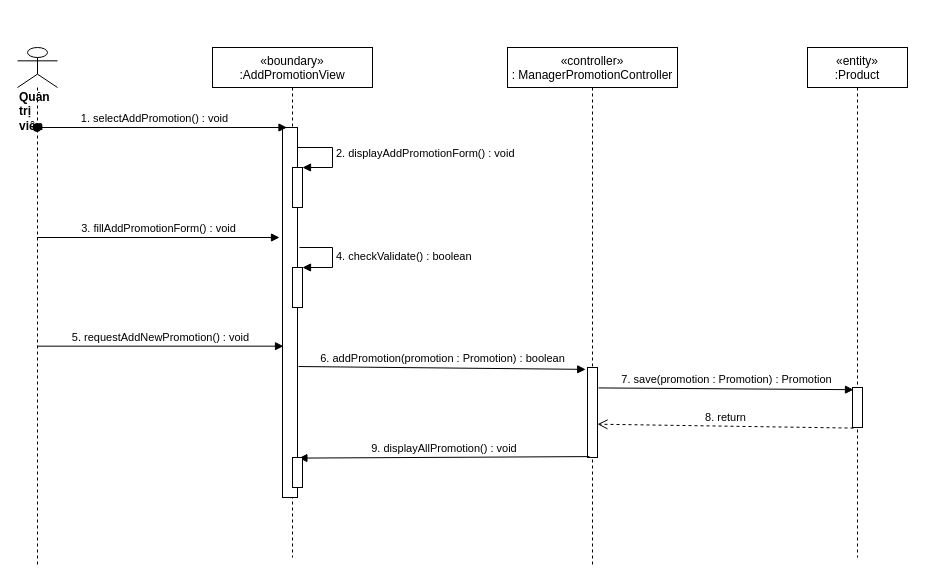
This is sequence diagram/add-newPromotion-sequence.drawio from nguyenphamvan/datn_20202, a draw.io file, before an edit. Source tidied: cells renumbered, new cells numbered last; positions are measured from the earlier drawing's top-left corner, leaving out a move shared by most shapes. Both pictures are drawn from the tidied source at 100%, with x=0, y=0 at pixel (17, 47).
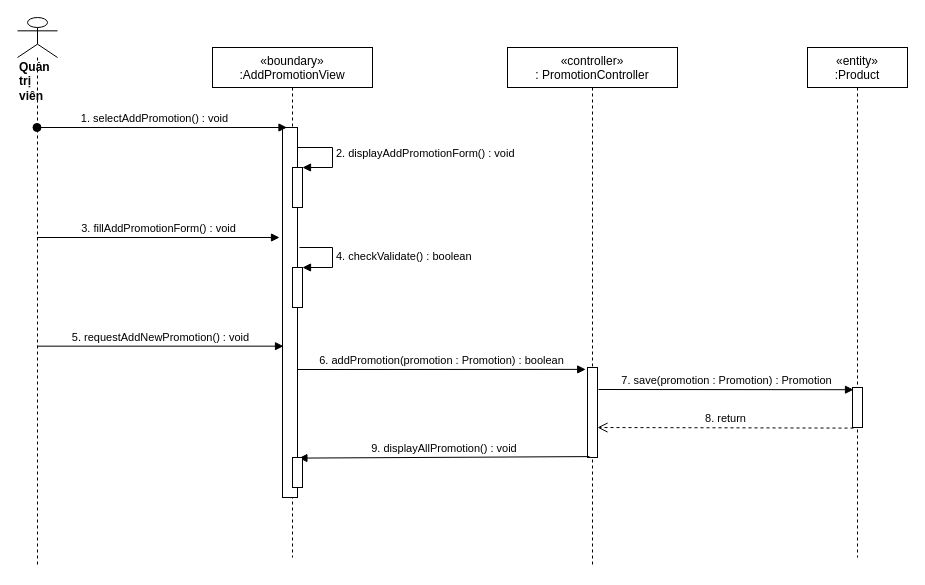
The same page after the edit.

The change refers to these unchanged cells:
```xml
<mxCell id="3" style="points=[];perimeter=orthogonalPerimeter;rounded=0;shadow=0;strokeWidth=1;" parent="2" vertex="1">
  <mxGeometry x="70" y="80" width="15" height="370" as="geometry" />
</mxCell>
<mxCell id="5" style="points=[];perimeter=orthogonalPerimeter;rounded=0;shadow=0;strokeWidth=1;" parent="4" vertex="1">
  <mxGeometry x="80" y="320" width="10" height="90" as="geometry" />
</mxCell>
<mxCell id="9" style="points=[];perimeter=orthogonalPerimeter;rounded=0;shadow=0;strokeWidth=1;" parent="8" vertex="1">
  <mxGeometry x="45" y="340" width="10" height="40" as="geometry" />
</mxCell>
```

The edit, as a diff of the source:
```diff
@@
-    <mxCell id="4" value="«controller»&#10;: ManagerPromotionController" style="shape=umlLifeline;perimeter=lifelinePerimeter;rounded=0;shadow=0;strokeWidth=1;" parent="1" vertex="1">
+    <mxCell id="4" value="«controller»&#10;: PromotionController" style="shape=umlLifeline;perimeter=lifelinePerimeter;rounded=0;shadow=0;strokeWidth=1;" parent="1" vertex="1">
       <mxGeometry x="490" width="170" height="520" as="geometry" />
     </mxCell>
@@
     <mxCell id="6" value="&lt;div&gt;&lt;b&gt;Quản trị viên&lt;/b&gt;&lt;/div&gt;" style="shape=umlLifeline;participant=umlActor;perimeter=lifelinePerimeter;whiteSpace=wrap;html=1;verticalAlign=top;spacingTop=36;outlineConnect=0;align=left;size=40;" parent="1" vertex="1">
-      <mxGeometry width="40" height="520" as="geometry" />
+      <mxGeometry y="-30" width="40" height="550" as="geometry" />
     </mxCell>
@@
-    <mxCell id="10" value="7. save(promotion : Promotion) : Promotion" style="html=1;verticalAlign=bottom;endArrow=block;entryX=0.1;entryY=0.055;entryDx=0;entryDy=0;entryPerimeter=0;exitX=1.1;exitY=0.227;exitDx=0;exitDy=0;exitPerimeter=0;" parent="1" edge="1" source="5" target="9">
-      <mxGeometry relative="1" as="geometry" />
+    <mxCell id="10" value="7. save(promotion : Promotion) : Promotion" style="html=1;verticalAlign=bottom;endArrow=block;entryX=0.1;entryY=0.055;entryDx=0;entryDy=0;entryPerimeter=0;" parent="1" edge="1" target="9">
+      <mxGeometry relative="1" as="geometry">
+        <mxPoint x="581" y="342" as="sourcePoint" />
+      </mxGeometry>
     </mxCell>
-    <mxCell id="11" value="8. return" style="html=1;verticalAlign=bottom;endArrow=open;dashed=1;endSize=8;exitX=0.1;exitY=1.015;exitDx=0;exitDy=0;exitPerimeter=0;entryX=1;entryY=0.63;entryDx=0;entryDy=0;entryPerimeter=0;" parent="1" edge="1" source="9" target="5">
+    <mxCell id="11" value="8. return" style="html=1;verticalAlign=bottom;endArrow=open;dashed=1;endSize=8;exitX=0.1;exitY=1.015;exitDx=0;exitDy=0;exitPerimeter=0;entryX=1;entryY=0.667;entryDx=0;entryDy=0;entryPerimeter=0;" parent="1" edge="1" source="9" target="5">
       <mxGeometry relative="1" as="geometry" />
     </mxCell>
@@
-    <mxCell id="14" value="6. addPromotion(promotion : Promotion) : boolean" style="html=1;verticalAlign=bottom;endArrow=block;entryX=-0.18;entryY=0.021;entryDx=0;entryDy=0;entryPerimeter=0;exitX=1.067;exitY=0.646;exitDx=0;exitDy=0;exitPerimeter=0;" parent="1" edge="1" source="3" target="5">
-      <mxGeometry relative="1" as="geometry" />
+    <mxCell id="14" value="6. addPromotion(promotion : Promotion) : boolean" style="html=1;verticalAlign=bottom;endArrow=block;entryX=-0.18;entryY=0.021;entryDx=0;entryDy=0;entryPerimeter=0;" parent="1" edge="1" target="5">
+      <mxGeometry relative="1" as="geometry">
+        <mxPoint x="280" y="322" as="sourcePoint" />
+      </mxGeometry>
     </mxCell>
```
